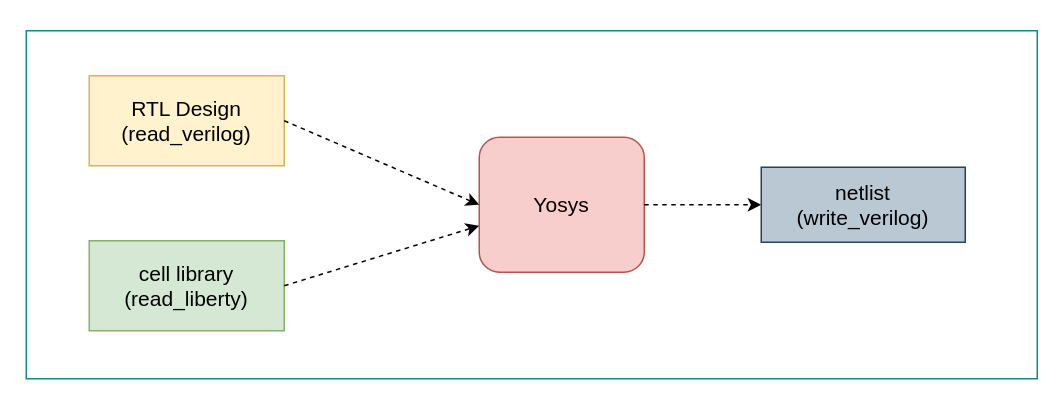
Before: page "synthesis" (3 of 4) of assets/diagrams.drawio in kambadur/sky130RTLDesignAndSynthesisWorkshop, a draw.io diagram. Source tidied: cells renumbered, new cells numbered last; positions are measured from the earlier drawing's top-left corner, leaving out a move shared by most shapes. Both pictures are drawn from the tidied source at 150%, with x=0, y=0 at pixel (26, 30).
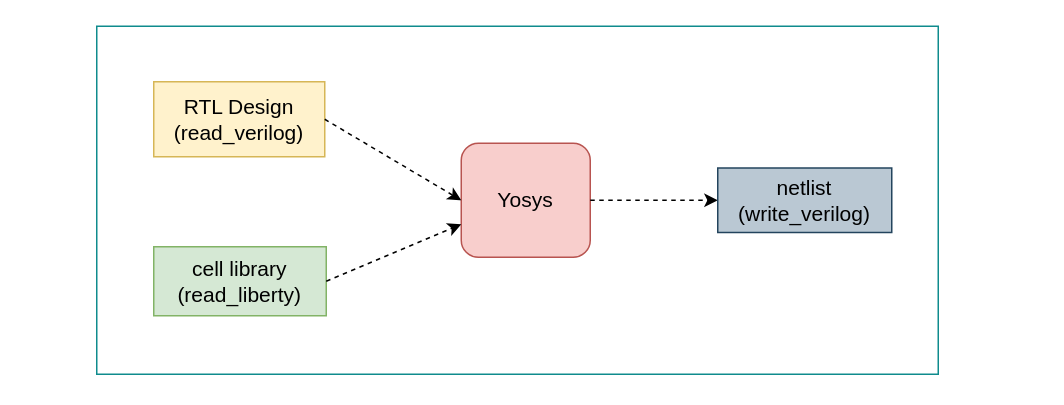
The same page after the edit.

What changed in the source:
```diff
@@
 <mxGraphModel>
   <root>
     <mxCell id="0" />
     <mxCell id="1" parent="0" />
     <mxCell id="2" value="&lt;font style=&quot;font-size: 14px&quot;&gt;RTL Design&lt;br&gt;(read_verilog)&lt;br&gt;&lt;/font&gt;" style="rounded=0;whiteSpace=wrap;html=1;fillColor=#fff2cc;strokeColor=#d6b656;" parent="1" vertex="1">
-      <mxGeometry x="42" y="30" width="130" height="60" as="geometry" />
+      <mxGeometry x="85" y="34" width="114" height="50" as="geometry" />
     </mxCell>
     <mxCell id="3" value="&lt;font style=&quot;font-size: 14px&quot;&gt;cell library&lt;br&gt;(read_liberty)&lt;br&gt;&lt;/font&gt;" style="rounded=0;whiteSpace=wrap;html=1;fillColor=#d5e8d4;strokeColor=#82b366;" parent="1" vertex="1">
-      <mxGeometry x="42" y="140" width="130" height="60" as="geometry" />
+      <mxGeometry x="85" y="144" width="115" height="46" as="geometry" />
     </mxCell>
     <mxCell id="4" value="&lt;font style=&quot;font-size: 14px&quot;&gt;Yosys&lt;/font&gt;" style="rounded=1;whiteSpace=wrap;html=1;fillColor=#f8cecc;strokeColor=#b85450;" parent="1" vertex="1">
-      <mxGeometry x="302" y="71" width="110" height="90" as="geometry" />
+      <mxGeometry x="290" y="75" width="86" height="76" as="geometry" />
     </mxCell>
     <mxCell id="5" style="endArrow=classic;html=1;dashed=1;fontColor=#0000FF;exitX=1;exitY=0.5;exitDx=0;exitDy=0;entryX=0;entryY=0.5;entryDx=0;entryDy=0;" parent="1" edge="1" source="2" target="4">
       <mxGeometry relative="1" as="geometry" />
     </mxCell>
-    <mxCell id="6" style="endArrow=classic;html=1;dashed=1;fontColor=#0000FF;exitX=1;exitY=0.5;exitDx=0;exitDy=0;" parent="1" edge="1" source="3">
-      <mxGeometry relative="1" as="geometry">
-        <mxPoint x="302" y="130" as="targetPoint" />
-      </mxGeometry>
+    <mxCell id="6" style="endArrow=classic;html=1;dashed=1;fontColor=#0000FF;exitX=1;exitY=0.5;exitDx=0;exitDy=0;entryX=0;entryY=0.711;entryDx=0;entryDy=0;entryPerimeter=0;" parent="1" edge="1" source="3" target="4">
+      <mxGeometry relative="1" as="geometry" />
     </mxCell>
     <mxCell id="7" style="endArrow=classic;html=1;dashed=1;fontColor=#0000FF;exitX=1;exitY=0.5;exitDx=0;exitDy=0;entryX=0;entryY=0.5;entryDx=0;entryDy=0;" parent="1" edge="1" source="4" target="8">
       <mxGeometry relative="1" as="geometry" />
     </mxCell>
     <mxCell id="8" value="&lt;span style=&quot;font-size: 14px&quot;&gt;netlist&lt;br&gt;(write_verilog)&lt;br&gt;&lt;/span&gt;" style="rounded=0;whiteSpace=wrap;html=1;fillColor=#bac8d3;strokeColor=#23445d;" parent="1" vertex="1">
-      <mxGeometry x="490" y="91" width="136" height="50" as="geometry" />
+      <mxGeometry x="461" y="91.5" width="116" height="43" as="geometry" />
     </mxCell>
     <mxCell id="9" style="rounded=0;whiteSpace=wrap;html=1;fillColor=none;strokeColor=#0F8B8D;fontColor=#143642;" parent="1" vertex="1">
-      <mxGeometry width="674" height="232" as="geometry" />
+      <mxGeometry x="47" y="-3" width="561" height="232" as="geometry" />
     </mxCell>
   </root>
 </mxGraphModel>
```
